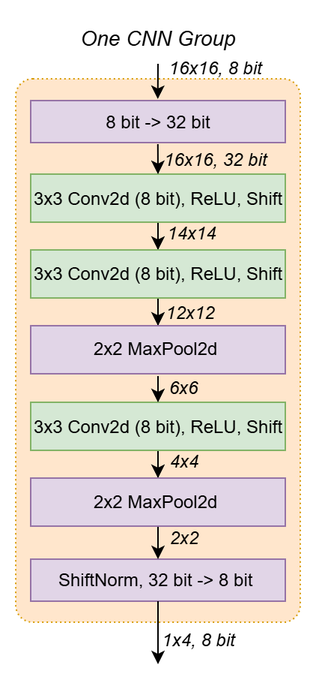
The draw.io diagram docs/model_cnn_channel.png in cpldcpu/BitNetMCU, before a commit. Source tidied: cells renumbered, new cells last; positions are measured from the earlier drawing's top-left corner, leaving out a move shared by most shapes. The source it was exported from:
```xml
<mxGraphModel>
  <root>
    <mxCell id="0" />
    <mxCell id="1" parent="0" />
    <mxCell id="2" style="group;" parent="1" vertex="1">
      <mxGeometry width="190" height="432" as="geometry" />
    </mxCell>
    <mxCell id="3" style="rounded=1;whiteSpace=wrap;html=1;dashed=1;dashPattern=1 2;fillColor=#ffe6cc;strokeColor=#d79b00;perimeterSpacing=0;miterlimit=4;arcSize=6;" parent="2" vertex="1">
      <mxGeometry y="42" width="190" height="362" as="geometry" />
    </mxCell>
    <mxCell id="4" style="edgeStyle=orthogonalEdgeStyle;rounded=0;jettySize=auto;html=1;entryX=0.5;entryY=0;entryDx=0;entryDy=0;" parent="2" edge="1" source="5" target="11">
      <mxGeometry relative="1" as="geometry" />
    </mxCell>
    <mxCell id="5" value="3x3 Conv2d (8 bit), ReLU, Shift" style="rounded=0;whiteSpace=wrap;html=1;fillColor=#d5e8d4;strokeColor=#82b366;" parent="2" vertex="1">
      <mxGeometry x="10" y="105.5" width="170" height="32" as="geometry" />
    </mxCell>
    <mxCell id="6" value="&lt;span style=&quot;font-weight: normal;&quot;&gt;&lt;i&gt;One CNN Group&lt;/i&gt;&lt;/span&gt;" style="text;html=1;align=center;verticalAlign=middle;whiteSpace=wrap;rounded=0;fontSize=14;fontStyle=1;" parent="2" vertex="1">
      <mxGeometry x="31" width="128" height="30" as="geometry" />
    </mxCell>
    <mxCell id="7" style="edgeStyle=orthogonalEdgeStyle;rounded=0;jettySize=auto;html=1;entryX=0.5;entryY=0;entryDx=0;entryDy=0;" parent="2" edge="1" target="5">
      <mxGeometry relative="1" as="geometry">
        <mxPoint x="94.9" y="85.5" as="sourcePoint" />
      </mxGeometry>
    </mxCell>
    <mxCell id="8" value="16x16, 8 bit&amp;nbsp;" style="text;html=1;align=center;verticalAlign=middle;whiteSpace=wrap;rounded=0;fontStyle=2;" parent="2" vertex="1">
      <mxGeometry x="100" y="27" width="70" height="15" as="geometry" />
    </mxCell>
    <mxCell id="9" value="ShiftNorm, 32 bit -&amp;gt; 8 bit&amp;nbsp;" style="rounded=0;whiteSpace=wrap;html=1;fillColor=#e1d5e7;strokeColor=#9673a6;" parent="2" vertex="1">
      <mxGeometry x="10" y="362" width="170" height="28" as="geometry" />
    </mxCell>
    <mxCell id="10" style="edgeStyle=orthogonalEdgeStyle;rounded=0;jettySize=auto;html=1;" parent="2" edge="1" source="11" target="15">
      <mxGeometry relative="1" as="geometry" />
    </mxCell>
    <mxCell id="11" value="3x3 Conv2d (8 bit), ReLU, Shift" style="rounded=0;whiteSpace=wrap;html=1;fillColor=#d5e8d4;strokeColor=#82b366;" parent="2" vertex="1">
      <mxGeometry x="10" y="156" width="170" height="32" as="geometry" />
    </mxCell>
    <mxCell id="12" style="edgeStyle=orthogonalEdgeStyle;rounded=0;jettySize=auto;html=1;" parent="2" edge="1" source="13" target="17">
      <mxGeometry relative="1" as="geometry" />
    </mxCell>
    <mxCell id="13" value="3x3 Conv2d (8 bit), ReLU, Shift" style="rounded=0;whiteSpace=wrap;html=1;fillColor=#d5e8d4;strokeColor=#82b366;" parent="2" vertex="1">
      <mxGeometry x="10" y="257.5" width="170" height="32" as="geometry" />
    </mxCell>
    <mxCell id="14" style="edgeStyle=orthogonalEdgeStyle;rounded=0;orthogonalLoop=1;jettySize=auto;html=1;" parent="2" edge="1">
      <mxGeometry relative="1" as="geometry">
        <mxPoint x="95" y="240" as="sourcePoint" />
        <mxPoint x="95" y="257.5" as="targetPoint" />
      </mxGeometry>
    </mxCell>
    <mxCell id="15" value="2x2 MaxPool2d&amp;nbsp;" style="rounded=0;whiteSpace=wrap;html=1;fillColor=#e1d5e7;strokeColor=#9673a6;" parent="2" vertex="1">
      <mxGeometry x="10" y="206.5" width="170" height="32" as="geometry" />
    </mxCell>
    <mxCell id="16" style="edgeStyle=orthogonalEdgeStyle;rounded=0;jettySize=auto;html=1;" parent="2" edge="1" source="17" target="9">
      <mxGeometry relative="1" as="geometry" />
    </mxCell>
    <mxCell id="17" value="2x2 MaxPool2d&amp;nbsp;" style="rounded=0;whiteSpace=wrap;html=1;fillColor=#e1d5e7;strokeColor=#9673a6;" parent="2" vertex="1">
      <mxGeometry x="10" y="308" width="170" height="32" as="geometry" />
    </mxCell>
    <mxCell id="18" value="8 bit -&amp;gt; 32 bit" style="rounded=0;whiteSpace=wrap;html=1;fillColor=#e1d5e7;strokeColor=#9673a6;" parent="2" vertex="1">
      <mxGeometry x="10" y="56.5" width="170" height="28" as="geometry" />
    </mxCell>
    <mxCell id="19" style="edgeStyle=orthogonalEdgeStyle;rounded=0;orthogonalLoop=1;jettySize=auto;html=1;entryX=0.5;entryY=0;entryDx=0;entryDy=0;" parent="2" edge="1">
      <mxGeometry relative="1" as="geometry">
        <mxPoint x="95" y="32" as="sourcePoint" />
        <mxPoint x="94.9" y="55.5" as="targetPoint" />
        <Array as="points">
          <mxPoint x="95" y="32" />
          <mxPoint x="95" y="32" />
        </Array>
      </mxGeometry>
    </mxCell>
    <mxCell id="20" value="16x16, 32 bit&amp;nbsp;" style="text;html=1;align=center;verticalAlign=middle;whiteSpace=wrap;rounded=0;fontStyle=2;" parent="2" vertex="1">
      <mxGeometry x="95" y="88" width="80" height="15" as="geometry" />
    </mxCell>
    <mxCell id="21" value="14x14" style="text;html=1;align=center;verticalAlign=middle;whiteSpace=wrap;rounded=0;fontStyle=2;" parent="2" vertex="1">
      <mxGeometry x="95" y="137.5" width="45" height="15" as="geometry" />
    </mxCell>
    <mxCell id="22" value="12x12" style="text;html=1;align=center;verticalAlign=middle;whiteSpace=wrap;rounded=0;fontStyle=2;" parent="2" vertex="1">
      <mxGeometry x="94" y="190.5" width="45" height="15" as="geometry" />
    </mxCell>
    <mxCell id="23" value="6x6" style="text;html=1;align=center;verticalAlign=middle;whiteSpace=wrap;rounded=0;fontStyle=2;" parent="2" vertex="1">
      <mxGeometry x="97" y="240" width="30" height="15" as="geometry" />
    </mxCell>
    <mxCell id="24" value="4x4" style="text;html=1;align=center;verticalAlign=middle;whiteSpace=wrap;rounded=0;fontStyle=2;" parent="2" vertex="1">
      <mxGeometry x="90" y="289" width="45" height="15" as="geometry" />
    </mxCell>
    <mxCell id="25" value="2x2" style="text;html=1;align=center;verticalAlign=middle;whiteSpace=wrap;rounded=0;fontStyle=2;" parent="2" vertex="1">
      <mxGeometry x="89.5" y="340" width="45" height="15" as="geometry" />
    </mxCell>
    <mxCell id="26" value="1x4, 8 bit" style="text;html=1;align=center;verticalAlign=middle;whiteSpace=wrap;rounded=0;fontStyle=2;" parent="2" vertex="1">
      <mxGeometry x="91" y="408" width="62" height="15" as="geometry" />
    </mxCell>
    <mxCell id="27" style="edgeStyle=orthogonalEdgeStyle;rounded=0;orthogonalLoop=1;jettySize=auto;html=1;" parent="2" edge="1">
      <mxGeometry relative="1" as="geometry">
        <mxPoint x="95" y="390" as="sourcePoint" />
        <mxPoint x="95" y="432" as="targetPoint" />
        <Array as="points">
          <mxPoint x="95" y="421" />
          <mxPoint x="95" y="421" />
        </Array>
      </mxGeometry>
    </mxCell>
  </root>
</mxGraphModel>
```
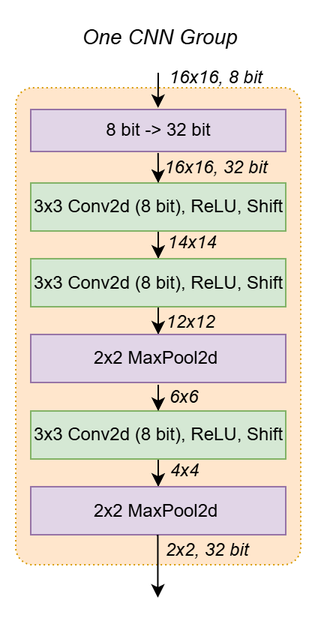
The same file after the commit.

Change to the diagram source:
```diff
@@ -2,100 +2,88 @@
   <root>
     <mxCell id="0" />
     <mxCell id="1" parent="0" />
-    <mxCell id="2" style="group;" parent="1" vertex="1">
-      <mxGeometry width="190" height="432" as="geometry" />
-    </mxCell>
-    <mxCell id="3" style="rounded=1;whiteSpace=wrap;html=1;dashed=1;dashPattern=1 2;fillColor=#ffe6cc;strokeColor=#d79b00;perimeterSpacing=0;miterlimit=4;arcSize=6;" parent="2" vertex="1">
-      <mxGeometry y="42" width="190" height="362" as="geometry" />
+    <mxCell id="3" style="rounded=1;whiteSpace=wrap;html=1;dashed=1;dashPattern=1 2;fillColor=#ffe6cc;strokeColor=#d79b00;perimeterSpacing=0;miterlimit=4;arcSize=6;" parent="1" vertex="1">
+      <mxGeometry y="65" width="190" height="318" as="geometry" />
     </mxCell>
-    <mxCell id="4" style="edgeStyle=orthogonalEdgeStyle;rounded=0;jettySize=auto;html=1;entryX=0.5;entryY=0;entryDx=0;entryDy=0;" parent="2" edge="1" source="5" target="11">
+    <mxCell id="4" style="edgeStyle=orthogonalEdgeStyle;rounded=0;jettySize=auto;html=1;entryX=0.5;entryY=0;entryDx=0;entryDy=0;" parent="1" edge="1" source="5" target="11">
       <mxGeometry relative="1" as="geometry" />
     </mxCell>
-    <mxCell id="5" value="3x3 Conv2d (8 bit), ReLU, Shift" style="rounded=0;whiteSpace=wrap;html=1;fillColor=#d5e8d4;strokeColor=#82b366;" parent="2" vertex="1">
-      <mxGeometry x="10" y="105.5" width="170" height="32" as="geometry" />
+    <mxCell id="5" value="3x3 Conv2d (8 bit), ReLU, Shift" style="rounded=0;whiteSpace=wrap;html=1;fillColor=#d5e8d4;strokeColor=#82b366;" parent="1" vertex="1">
+      <mxGeometry x="10" y="128.5" width="170" height="32" as="geometry" />
     </mxCell>
-    <mxCell id="6" value="&lt;span style=&quot;font-weight: normal;&quot;&gt;&lt;i&gt;One CNN Group&lt;/i&gt;&lt;/span&gt;" style="text;html=1;align=center;verticalAlign=middle;whiteSpace=wrap;rounded=0;fontSize=14;fontStyle=1;" parent="2" vertex="1">
-      <mxGeometry x="31" width="128" height="30" as="geometry" />
+    <mxCell id="6" value="&lt;span style=&quot;font-weight: normal;&quot;&gt;&lt;i&gt;One CNN Group&lt;/i&gt;&lt;/span&gt;" style="text;html=1;align=center;verticalAlign=middle;whiteSpace=wrap;rounded=0;fontSize=14;fontStyle=1;" parent="1" vertex="1">
+      <mxGeometry x="32" y="16" width="128" height="30" as="geometry" />
     </mxCell>
-    <mxCell id="7" style="edgeStyle=orthogonalEdgeStyle;rounded=0;jettySize=auto;html=1;entryX=0.5;entryY=0;entryDx=0;entryDy=0;" parent="2" edge="1" target="5">
+    <mxCell id="7" style="edgeStyle=orthogonalEdgeStyle;rounded=0;jettySize=auto;html=1;entryX=0.5;entryY=0;entryDx=0;entryDy=0;" parent="1" edge="1" target="5">
       <mxGeometry relative="1" as="geometry">
-        <mxPoint x="94.9" y="85.5" as="sourcePoint" />
+        <mxPoint x="94.9" y="108.5" as="sourcePoint" />
       </mxGeometry>
     </mxCell>
-    <mxCell id="8" value="16x16, 8 bit&amp;nbsp;" style="text;html=1;align=center;verticalAlign=middle;whiteSpace=wrap;rounded=0;fontStyle=2;" parent="2" vertex="1">
-      <mxGeometry x="100" y="27" width="70" height="15" as="geometry" />
+    <mxCell id="8" value="16x16, 8 bit&amp;nbsp;" style="text;html=1;align=center;verticalAlign=middle;whiteSpace=wrap;rounded=0;fontStyle=2;" parent="1" vertex="1">
+      <mxGeometry x="100" y="50" width="70" height="15" as="geometry" />
     </mxCell>
-    <mxCell id="9" value="ShiftNorm, 32 bit -&amp;gt; 8 bit&amp;nbsp;" style="rounded=0;whiteSpace=wrap;html=1;fillColor=#e1d5e7;strokeColor=#9673a6;" parent="2" vertex="1">
-      <mxGeometry x="10" y="362" width="170" height="28" as="geometry" />
-    </mxCell>
-    <mxCell id="10" style="edgeStyle=orthogonalEdgeStyle;rounded=0;jettySize=auto;html=1;" parent="2" edge="1" source="11" target="15">
+    <mxCell id="10" style="edgeStyle=orthogonalEdgeStyle;rounded=0;jettySize=auto;html=1;" parent="1" edge="1" source="11" target="15">
       <mxGeometry relative="1" as="geometry" />
     </mxCell>
-    <mxCell id="11" value="3x3 Conv2d (8 bit), ReLU, Shift" style="rounded=0;whiteSpace=wrap;html=1;fillColor=#d5e8d4;strokeColor=#82b366;" parent="2" vertex="1">
-      <mxGeometry x="10" y="156" width="170" height="32" as="geometry" />
+    <mxCell id="11" value="3x3 Conv2d (8 bit), ReLU, Shift" style="rounded=0;whiteSpace=wrap;html=1;fillColor=#d5e8d4;strokeColor=#82b366;" parent="1" vertex="1">
+      <mxGeometry x="10" y="179" width="170" height="32" as="geometry" />
     </mxCell>
-    <mxCell id="12" style="edgeStyle=orthogonalEdgeStyle;rounded=0;jettySize=auto;html=1;" parent="2" edge="1" source="13" target="17">
+    <mxCell id="12" style="edgeStyle=orthogonalEdgeStyle;rounded=0;jettySize=auto;html=1;" parent="1" edge="1" source="13" target="17">
       <mxGeometry relative="1" as="geometry" />
     </mxCell>
-    <mxCell id="13" value="3x3 Conv2d (8 bit), ReLU, Shift" style="rounded=0;whiteSpace=wrap;html=1;fillColor=#d5e8d4;strokeColor=#82b366;" parent="2" vertex="1">
-      <mxGeometry x="10" y="257.5" width="170" height="32" as="geometry" />
+    <mxCell id="13" value="3x3 Conv2d (8 bit), ReLU, Shift" style="rounded=0;whiteSpace=wrap;html=1;fillColor=#d5e8d4;strokeColor=#82b366;" parent="1" vertex="1">
+      <mxGeometry x="10" y="280.5" width="170" height="32" as="geometry" />
     </mxCell>
-    <mxCell id="14" style="edgeStyle=orthogonalEdgeStyle;rounded=0;orthogonalLoop=1;jettySize=auto;html=1;" parent="2" edge="1">
+    <mxCell id="14" style="edgeStyle=orthogonalEdgeStyle;rounded=0;orthogonalLoop=1;jettySize=auto;html=1;" parent="1" edge="1">
       <mxGeometry relative="1" as="geometry">
-        <mxPoint x="95" y="240" as="sourcePoint" />
-        <mxPoint x="95" y="257.5" as="targetPoint" />
+        <mxPoint x="95" y="263" as="sourcePoint" />
+        <mxPoint x="95" y="280.5" as="targetPoint" />
       </mxGeometry>
     </mxCell>
-    <mxCell id="15" value="2x2 MaxPool2d&amp;nbsp;" style="rounded=0;whiteSpace=wrap;html=1;fillColor=#e1d5e7;strokeColor=#9673a6;" parent="2" vertex="1">
-      <mxGeometry x="10" y="206.5" width="170" height="32" as="geometry" />
+    <mxCell id="15" value="2x2 MaxPool2d&amp;nbsp;" style="rounded=0;whiteSpace=wrap;html=1;fillColor=#e1d5e7;strokeColor=#9673a6;" parent="1" vertex="1">
+      <mxGeometry x="10" y="229.5" width="170" height="32" as="geometry" />
     </mxCell>
-    <mxCell id="16" style="edgeStyle=orthogonalEdgeStyle;rounded=0;jettySize=auto;html=1;" parent="2" edge="1" source="17" target="9">
-      <mxGeometry relative="1" as="geometry" />
-    </mxCell>
-    <mxCell id="17" value="2x2 MaxPool2d&amp;nbsp;" style="rounded=0;whiteSpace=wrap;html=1;fillColor=#e1d5e7;strokeColor=#9673a6;" parent="2" vertex="1">
-      <mxGeometry x="10" y="308" width="170" height="32" as="geometry" />
+    <mxCell id="17" value="2x2 MaxPool2d&amp;nbsp;" style="rounded=0;whiteSpace=wrap;html=1;fillColor=#e1d5e7;strokeColor=#9673a6;" parent="1" vertex="1">
+      <mxGeometry x="10" y="331" width="170" height="32" as="geometry" />
     </mxCell>
-    <mxCell id="18" value="8 bit -&amp;gt; 32 bit" style="rounded=0;whiteSpace=wrap;html=1;fillColor=#e1d5e7;strokeColor=#9673a6;" parent="2" vertex="1">
-      <mxGeometry x="10" y="56.5" width="170" height="28" as="geometry" />
+    <mxCell id="18" value="8 bit -&amp;gt; 32 bit" style="rounded=0;whiteSpace=wrap;html=1;fillColor=#e1d5e7;strokeColor=#9673a6;" parent="1" vertex="1">
+      <mxGeometry x="10" y="79.5" width="170" height="28" as="geometry" />
     </mxCell>
-    <mxCell id="19" style="edgeStyle=orthogonalEdgeStyle;rounded=0;orthogonalLoop=1;jettySize=auto;html=1;entryX=0.5;entryY=0;entryDx=0;entryDy=0;" parent="2" edge="1">
+    <mxCell id="19" style="edgeStyle=orthogonalEdgeStyle;rounded=0;orthogonalLoop=1;jettySize=auto;html=1;entryX=0.5;entryY=0;entryDx=0;entryDy=0;" parent="1" edge="1">
       <mxGeometry relative="1" as="geometry">
-        <mxPoint x="95" y="32" as="sourcePoint" />
-        <mxPoint x="94.9" y="55.5" as="targetPoint" />
+        <mxPoint x="95" y="55" as="sourcePoint" />
+        <mxPoint x="94.9" y="78.5" as="targetPoint" />
         <Array as="points">
-          <mxPoint x="95" y="32" />
-          <mxPoint x="95" y="32" />
+          <mxPoint x="95" y="55" />
+          <mxPoint x="95" y="55" />
         </Array>
       </mxGeometry>
     </mxCell>
-    <mxCell id="20" value="16x16, 32 bit&amp;nbsp;" style="text;html=1;align=center;verticalAlign=middle;whiteSpace=wrap;rounded=0;fontStyle=2;" parent="2" vertex="1">
-      <mxGeometry x="95" y="88" width="80" height="15" as="geometry" />
+    <mxCell id="20" value="16x16, 32 bit&amp;nbsp;" style="text;html=1;align=center;verticalAlign=middle;whiteSpace=wrap;rounded=0;fontStyle=2;" parent="1" vertex="1">
+      <mxGeometry x="95" y="111" width="80" height="15" as="geometry" />
     </mxCell>
-    <mxCell id="21" value="14x14" style="text;html=1;align=center;verticalAlign=middle;whiteSpace=wrap;rounded=0;fontStyle=2;" parent="2" vertex="1">
-      <mxGeometry x="95" y="137.5" width="45" height="15" as="geometry" />
+    <mxCell id="21" value="14x14" style="text;html=1;align=center;verticalAlign=middle;whiteSpace=wrap;rounded=0;fontStyle=2;" parent="1" vertex="1">
+      <mxGeometry x="95" y="160.5" width="45" height="15" as="geometry" />
     </mxCell>
-    <mxCell id="22" value="12x12" style="text;html=1;align=center;verticalAlign=middle;whiteSpace=wrap;rounded=0;fontStyle=2;" parent="2" vertex="1">
-      <mxGeometry x="94" y="190.5" width="45" height="15" as="geometry" />
+    <mxCell id="22" value="12x12" style="text;html=1;align=center;verticalAlign=middle;whiteSpace=wrap;rounded=0;fontStyle=2;" parent="1" vertex="1">
+      <mxGeometry x="94" y="213.5" width="45" height="15" as="geometry" />
     </mxCell>
-    <mxCell id="23" value="6x6" style="text;html=1;align=center;verticalAlign=middle;whiteSpace=wrap;rounded=0;fontStyle=2;" parent="2" vertex="1">
-      <mxGeometry x="97" y="240" width="30" height="15" as="geometry" />
+    <mxCell id="23" value="6x6" style="text;html=1;align=center;verticalAlign=middle;whiteSpace=wrap;rounded=0;fontStyle=2;" parent="1" vertex="1">
+      <mxGeometry x="97" y="263" width="30" height="15" as="geometry" />
     </mxCell>
-    <mxCell id="24" value="4x4" style="text;html=1;align=center;verticalAlign=middle;whiteSpace=wrap;rounded=0;fontStyle=2;" parent="2" vertex="1">
-      <mxGeometry x="90" y="289" width="45" height="15" as="geometry" />
+    <mxCell id="24" value="4x4" style="text;html=1;align=center;verticalAlign=middle;whiteSpace=wrap;rounded=0;fontStyle=2;" parent="1" vertex="1">
+      <mxGeometry x="90" y="312" width="45" height="15" as="geometry" />
     </mxCell>
-    <mxCell id="25" value="2x2" style="text;html=1;align=center;verticalAlign=middle;whiteSpace=wrap;rounded=0;fontStyle=2;" parent="2" vertex="1">
-      <mxGeometry x="89.5" y="340" width="45" height="15" as="geometry" />
+    <mxCell id="25" value="2x2, 32 bit" style="text;html=1;align=center;verticalAlign=middle;whiteSpace=wrap;rounded=0;fontStyle=2;" parent="1" vertex="1">
+      <mxGeometry x="92" y="365" width="70.5" height="15" as="geometry" />
     </mxCell>
-    <mxCell id="26" value="1x4, 8 bit" style="text;html=1;align=center;verticalAlign=middle;whiteSpace=wrap;rounded=0;fontStyle=2;" parent="2" vertex="1">
-      <mxGeometry x="91" y="408" width="62" height="15" as="geometry" />
-    </mxCell>
-    <mxCell id="27" style="edgeStyle=orthogonalEdgeStyle;rounded=0;orthogonalLoop=1;jettySize=auto;html=1;" parent="2" edge="1">
+    <mxCell id="27" style="edgeStyle=orthogonalEdgeStyle;rounded=0;orthogonalLoop=1;jettySize=auto;html=1;" parent="1" edge="1">
       <mxGeometry relative="1" as="geometry">
-        <mxPoint x="95" y="390" as="sourcePoint" />
-        <mxPoint x="95" y="432" as="targetPoint" />
+        <mxPoint x="94.7" y="363" as="sourcePoint" />
+        <mxPoint x="94.7" y="405" as="targetPoint" />
         <Array as="points">
-          <mxPoint x="95" y="421" />
-          <mxPoint x="95" y="421" />
+          <mxPoint x="94.7" y="394" />
+          <mxPoint x="94.7" y="394" />
         </Array>
       </mxGeometry>
     </mxCell>
```
